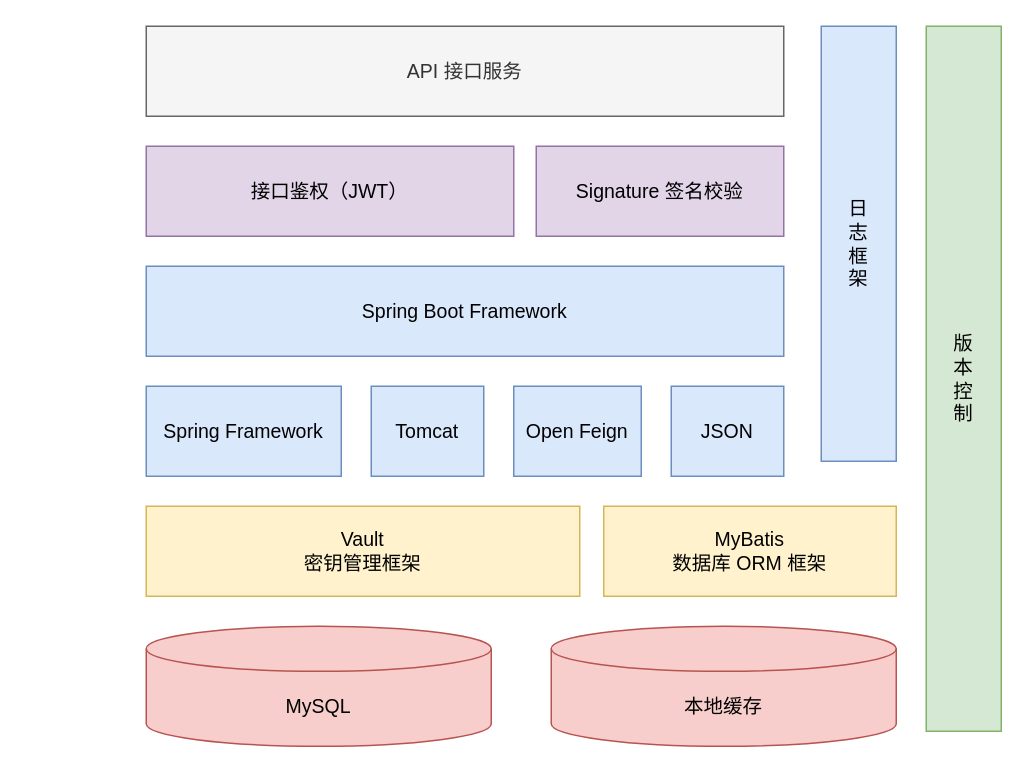
This is 架构图.drawio from thebesteric/draw.io, a draw.io file, before an edit. Source tidied: cells renumbered, new cells numbered last; positions are measured from the earlier drawing's top-left corner, leaving out a move shared by most shapes. Both pictures are drawn from the tidied source at 150%, with x=0, y=0 at pixel (146, 26).
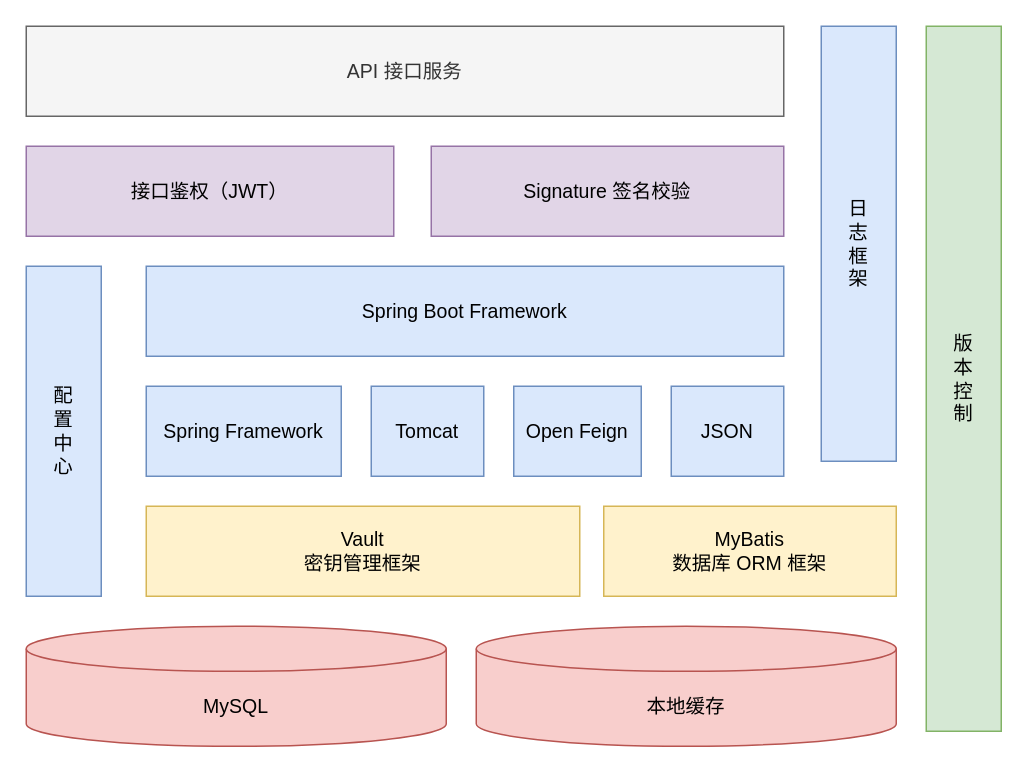
Above is the later version.

Commit message (it also covers changes not shown here):
更新架构图.drawio

The edit, as a diff of the source:
```diff
@@
 <mxGraphModel>
   <root>
     <mxCell id="0" />
     <mxCell id="1" parent="0" />
     <mxCell id="2" value="MySQL" style="shape=cylinder3;whiteSpace=wrap;html=1;boundedLbl=1;backgroundOutline=1;size=15;fontSize=13;fillColor=#f8cecc;strokeColor=#b85450;" parent="1" vertex="1">
-      <mxGeometry y="400" width="230" height="80" as="geometry" />
+      <mxGeometry x="-80" y="400" width="280" height="80" as="geometry" />
     </mxCell>
     <mxCell id="3" value="Vault&lt;br&gt;密钥管理框架" style="rounded=0;whiteSpace=wrap;html=1;fontSize=13;fillColor=#fff2cc;strokeColor=#d6b656;" parent="1" vertex="1">
       <mxGeometry y="320" width="289" height="60" as="geometry" />
     </mxCell>
     <mxCell id="4" value="API 接口服务" style="rounded=0;whiteSpace=wrap;html=1;fontSize=13;fontColor=#333333;fillColor=#f5f5f5;strokeColor=#666666;" parent="1" vertex="1">
-      <mxGeometry width="425" height="60" as="geometry" />
+      <mxGeometry x="-80" width="505" height="60" as="geometry" />
     </mxCell>
     <mxCell id="5" value="Spring Boot Framework" style="rounded=0;whiteSpace=wrap;html=1;fontSize=13;fillColor=#dae8fc;strokeColor=#6c8ebf;" parent="1" vertex="1">
       <mxGeometry y="160" width="425" height="60" as="geometry" />
     </mxCell>
     <mxCell id="6" value="Spring Framework" style="rounded=0;whiteSpace=wrap;html=1;fontSize=13;fillColor=#dae8fc;strokeColor=#6c8ebf;" parent="1" vertex="1">
       <mxGeometry y="240" width="130" height="60" as="geometry" />
     </mxCell>
     <mxCell id="7" value="Tomcat" style="rounded=0;whiteSpace=wrap;html=1;fontSize=13;fillColor=#dae8fc;strokeColor=#6c8ebf;" parent="1" vertex="1">
       <mxGeometry x="150" y="240" width="75" height="60" as="geometry" />
     </mxCell>
     <mxCell id="8" value="Open Feign" style="rounded=0;whiteSpace=wrap;html=1;fontSize=13;fillColor=#dae8fc;strokeColor=#6c8ebf;" parent="1" vertex="1">
       <mxGeometry x="245" y="240" width="85" height="60" as="geometry" />
     </mxCell>
     <mxCell id="9" value="接口鉴权（JWT）" style="rounded=0;whiteSpace=wrap;html=1;fontSize=13;fillColor=#e1d5e7;strokeColor=#9673a6;" parent="1" vertex="1">
-      <mxGeometry y="80" width="245" height="60" as="geometry" />
+      <mxGeometry x="-80" y="80" width="245" height="60" as="geometry" />
     </mxCell>
     <mxCell id="10" value="日&lt;br&gt;志&lt;br&gt;框&lt;br&gt;架" style="rounded=0;whiteSpace=wrap;html=1;fontSize=13;fillColor=#dae8fc;strokeColor=#6c8ebf;" parent="1" vertex="1">
       <mxGeometry x="450" width="50" height="290" as="geometry" />
     </mxCell>
     <mxCell id="11" value="Signature 签名校验" style="rounded=0;whiteSpace=wrap;html=1;fontSize=13;fillColor=#e1d5e7;strokeColor=#9673a6;" parent="1" vertex="1">
-      <mxGeometry x="260" y="80" width="165" height="60" as="geometry" />
+      <mxGeometry x="190" y="80" width="235" height="60" as="geometry" />
     </mxCell>
     <mxCell id="12" value="版&lt;br&gt;本&lt;br&gt;控&lt;br&gt;制" style="rounded=0;whiteSpace=wrap;html=1;fontSize=13;fillColor=#d5e8d4;strokeColor=#82b366;" parent="1" vertex="1">
       <mxGeometry x="520" width="50" height="470" as="geometry" />
     </mxCell>
     <mxCell id="13" value="MyBatis&lt;br&gt;数据库 ORM 框架" style="rounded=0;whiteSpace=wrap;html=1;fontSize=13;fillColor=#fff2cc;strokeColor=#d6b656;" parent="1" vertex="1">
       <mxGeometry x="305" y="320" width="195" height="60" as="geometry" />
     </mxCell>
     <mxCell id="14" value="JSON" style="rounded=0;whiteSpace=wrap;html=1;fontSize=13;fillColor=#dae8fc;strokeColor=#6c8ebf;" parent="1" vertex="1">
       <mxGeometry x="350" y="240" width="75" height="60" as="geometry" />
     </mxCell>
     <mxCell id="15" value="本地缓存" style="shape=cylinder3;whiteSpace=wrap;html=1;boundedLbl=1;backgroundOutline=1;size=15;fontSize=13;fillColor=#f8cecc;strokeColor=#b85450;" parent="1" vertex="1">
-      <mxGeometry x="270" y="400" width="230" height="80" as="geometry" />
+      <mxGeometry x="220" y="400" width="280" height="80" as="geometry" />
     </mxCell>
+    <mxCell id="16" value="配&lt;br&gt;置&lt;br&gt;中&lt;br&gt;心" style="rounded=0;whiteSpace=wrap;html=1;fontSize=13;fillColor=#dae8fc;strokeColor=#6c8ebf;" parent="1" vertex="1">
+      <mxGeometry x="-80" y="160" width="50" height="220" as="geometry" />
+    </mxCell>
   </root>
 </mxGraphModel>
```
